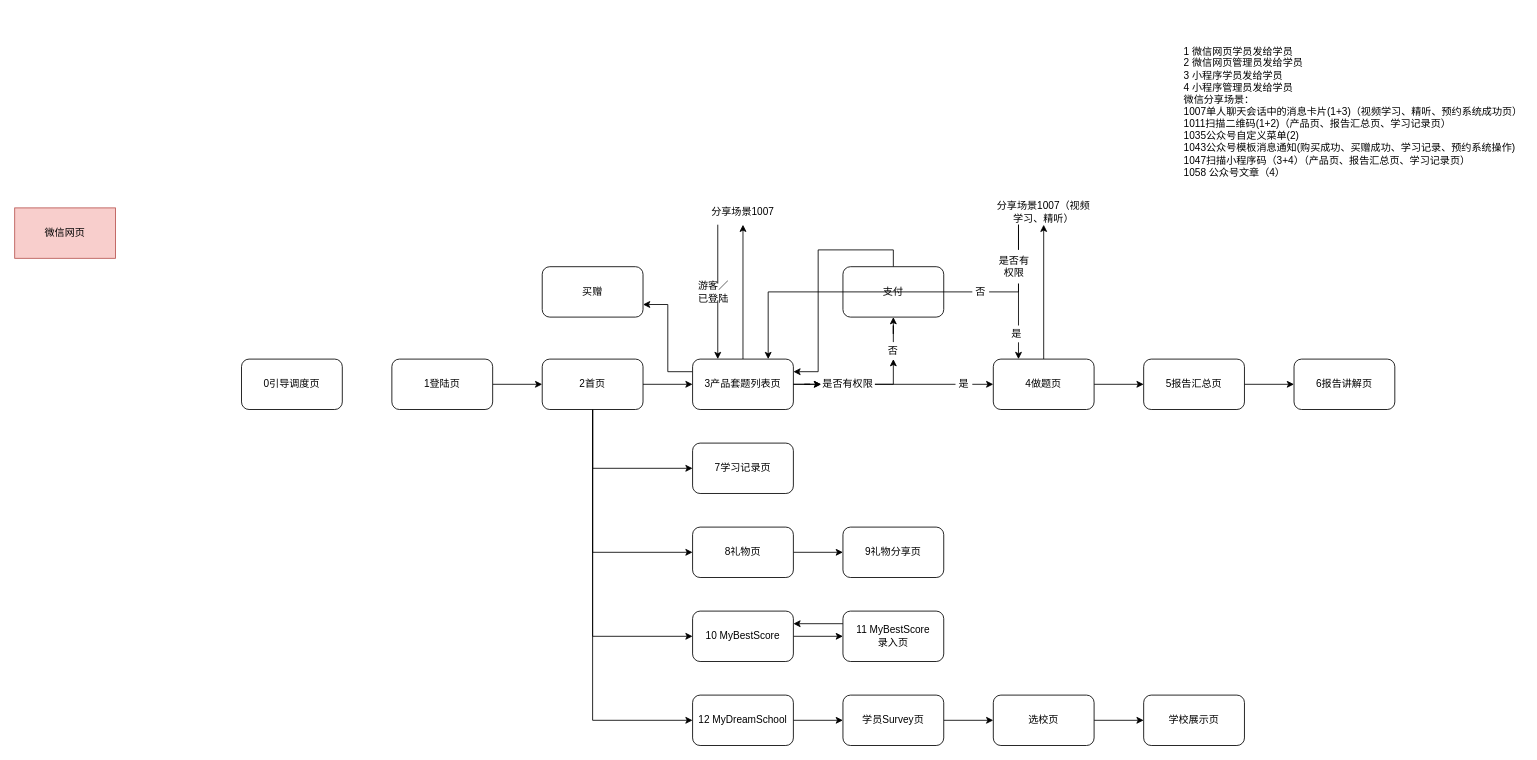
weiren-berkeley/algo keeps this draw.io diagram as Untitled Diagram.drawio. Above is the earlier version. Source tidied: cells renumbered, new cells numbered last; positions are measured from the earlier drawing's top-left corner, leaving out a move shared by most shapes. Both pictures are drawn from the tidied source at 84%, with x=0, y=0 at pixel (14, 39).
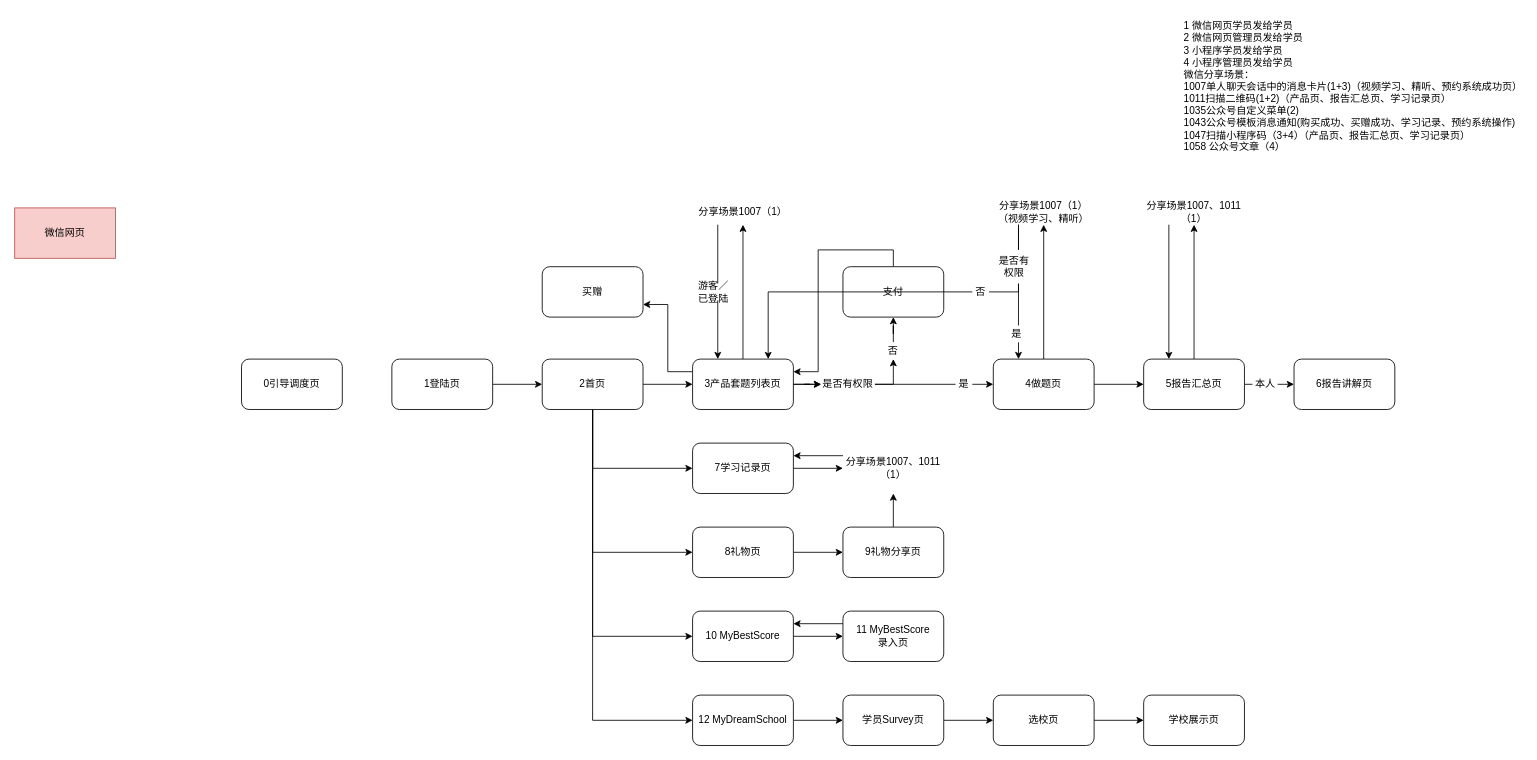
The same page after the edit.

The change refers to these unchanged cells:
```xml
<mxCell id="19" value="5报告汇总页" style="rounded=1;whiteSpace=wrap;html=1;" parent="1" vertex="1">
  <mxGeometry x="1344" y="380" width="120" height="60" as="geometry" />
</mxCell>
<mxCell id="21" value="7学习记录页" style="rounded=1;whiteSpace=wrap;html=1;" parent="1" vertex="1">
  <mxGeometry x="807" y="480" width="120" height="60" as="geometry" />
</mxCell>
<mxCell id="36" value="9礼物分享页" style="rounded=1;whiteSpace=wrap;html=1;" parent="1" vertex="1">
  <mxGeometry x="986" y="580" width="120" height="60" as="geometry" />
</mxCell>
```

Change to the diagram source:
```diff
@@
+    <mxCell id="57" style="edgeStyle=orthogonalEdgeStyle;rounded=0;jettySize=auto;html=1;exitX=0.5;exitY=0;exitDx=0;exitDy=0;entryX=0.5;entryY=1;entryDx=0;entryDy=0;" parent="1" edge="1" source="19" target="61">
+      <mxGeometry relative="1" as="geometry" />
+    </mxCell>
@@
+    <mxCell id="58" style="edgeStyle=orthogonalEdgeStyle;rounded=0;jettySize=auto;html=1;exitX=1;exitY=0.5;exitDx=0;exitDy=0;" parent="1" edge="1" source="21" target="64">
+      <mxGeometry relative="1" as="geometry" />
+    </mxCell>
@@
+    <mxCell id="59" style="edgeStyle=orthogonalEdgeStyle;rounded=0;jettySize=auto;html=1;" parent="1" edge="1" source="36" target="64">
+      <mxGeometry relative="1" as="geometry" />
+    </mxCell>
@@
-    <mxCell id="38" value="分享场景1007" style="text;html=1;strokeColor=none;fillColor=none;align=center;verticalAlign=middle;whiteSpace=wrap;rounded=0;" parent="1" vertex="1">
+    <mxCell id="38" value="分享场景1007（1）" style="text;html=1;strokeColor=none;fillColor=none;align=center;verticalAlign=middle;whiteSpace=wrap;rounded=0;" parent="1" vertex="1">
       <mxGeometry x="807" y="190" width="120" height="30" as="geometry" />
     </mxCell>
@@
     <mxCell id="50" value="1 微信网页学员发给学员 &lt;br&gt;2 微信网页管理员发给学员&amp;nbsp; &lt;br&gt;3 小程序学员发给学员 &lt;br&gt;4 小程序管理员发给学员&lt;br&gt;微信分享场景：&lt;br&gt;1007单人聊天会话中的消息卡片(1+3)（视频学习、精听、预约系统成功页）&lt;br&gt;  1011扫描二维码(1+2)（产品页、报告汇总页、学习记录页）&lt;br&gt;1035公众号自定义菜单(2)&lt;br&gt;1043公众号模板消息通知(购买成功、买赠成功、学习记录、预约系统操作)&lt;br&gt;1047扫描小程序码（3+4）（产品页、报告汇总页、学习记录页）&lt;br&gt;1058 公众号文章（4）" style="text;html=1;" parent="1" vertex="1">
-      <mxGeometry x="1390" width="400" height="170" as="geometry" />
+      <mxGeometry x="1390" y="-30" width="400" height="170" as="geometry" />
     </mxCell>
@@
-    <mxCell id="53" value="分享场景1007（视频学习、精听）" style="text;html=1;strokeColor=none;fillColor=none;align=center;verticalAlign=middle;whiteSpace=wrap;rounded=0;" parent="1" vertex="1">
+    <mxCell id="53" value="分享场景1007（1）（视频学习、精听）" style="text;html=1;strokeColor=none;fillColor=none;align=center;verticalAlign=middle;whiteSpace=wrap;rounded=0;" parent="1" vertex="1">
       <mxGeometry x="1165" y="190" width="120" height="30" as="geometry" />
     </mxCell>
@@
+    <mxCell id="60" style="edgeStyle=orthogonalEdgeStyle;rounded=0;jettySize=auto;html=1;exitX=0.25;exitY=1;exitDx=0;exitDy=0;entryX=0.25;entryY=0;entryDx=0;entryDy=0;" parent="1" edge="1" source="61" target="19">
+      <mxGeometry relative="1" as="geometry" />
+    </mxCell>
+    <mxCell id="61" value="分享场景1007、1011（1）" style="text;html=1;strokeColor=none;fillColor=none;align=center;verticalAlign=middle;whiteSpace=wrap;rounded=0;" parent="1" vertex="1">
+      <mxGeometry x="1344" y="190" width="120" height="30" as="geometry" />
+    </mxCell>
+    <mxCell id="62" value="本人" style="text;html=1;strokeColor=none;fillColor=#FFFFFF;align=center;verticalAlign=middle;whiteSpace=wrap;rounded=0;" parent="1" vertex="1">
+      <mxGeometry x="1473.5" y="400" width="30" height="20" as="geometry" />
+    </mxCell>
+    <mxCell id="63" style="edgeStyle=orthogonalEdgeStyle;rounded=0;jettySize=auto;html=1;exitX=0;exitY=0.25;exitDx=0;exitDy=0;entryX=1;entryY=0.25;entryDx=0;entryDy=0;" parent="1" edge="1" source="64" target="21">
+      <mxGeometry relative="1" as="geometry" />
+    </mxCell>
+    <mxCell id="64" value="分享场景1007、1011（1）" style="text;html=1;strokeColor=none;fillColor=none;align=center;verticalAlign=middle;whiteSpace=wrap;rounded=0;" parent="1" vertex="1">
+      <mxGeometry x="986" y="480" width="120" height="60" as="geometry" />
+    </mxCell>
```
